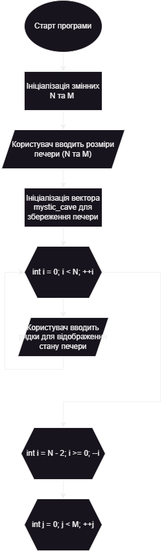
Before: ai_11/ostap_tsiapa/epic_6/block_scheme_task2_6.png, a diagram exported from draw.io (artificial-intelligence-department/ai_programming_playground_2024). Source tidied: cells renumbered, new cells last; positions are measured from the earlier drawing's top-left corner, leaving out a move shared by most shapes. Its diagram source:
```xml
<mxGraphModel>
  <root>
    <mxCell id="0" />
    <mxCell id="1" parent="0" />
    <mxCell id="2" style="edgeStyle=orthogonalEdgeStyle;rounded=0;jettySize=auto;html=1;" parent="1" edge="1" source="3" target="5">
      <mxGeometry relative="1" as="geometry" />
    </mxCell>
    <mxCell id="3" value="Старт програми" style="ellipse;whiteSpace=wrap;html=1;" parent="1" vertex="1">
      <mxGeometry x="35" width="120" height="80" as="geometry" />
    </mxCell>
    <mxCell id="4" style="edgeStyle=orthogonalEdgeStyle;rounded=0;jettySize=auto;html=1;" parent="1" edge="1" source="5" target="7">
      <mxGeometry relative="1" as="geometry" />
    </mxCell>
    <mxCell id="5" value="Ініціалізація змінних N та M&amp;nbsp;" style="rounded=0;whiteSpace=wrap;html=1;" parent="1" vertex="1">
      <mxGeometry x="35" y="110" width="120" height="60" as="geometry" />
    </mxCell>
    <mxCell id="6" style="edgeStyle=orthogonalEdgeStyle;rounded=0;jettySize=auto;html=1;" parent="1" edge="1" source="7" target="9">
      <mxGeometry relative="1" as="geometry" />
    </mxCell>
    <mxCell id="7" value="Користувач вводить розміри печери (N та M)" style="shape=parallelogram;perimeter=parallelogramPerimeter;whiteSpace=wrap;html=1;fixedSize=1;" parent="1" vertex="1">
      <mxGeometry y="200" width="190" height="60" as="geometry" />
    </mxCell>
    <mxCell id="8" style="edgeStyle=orthogonalEdgeStyle;rounded=0;jettySize=auto;html=1;" parent="1" edge="1" source="9" target="12">
      <mxGeometry relative="1" as="geometry" />
    </mxCell>
    <mxCell id="9" value="Ініціалізація вектора mystic_cave для збереження печери" style="rounded=0;whiteSpace=wrap;html=1;" parent="1" vertex="1">
      <mxGeometry x="35" y="290" width="120" height="60" as="geometry" />
    </mxCell>
    <mxCell id="10" style="edgeStyle=orthogonalEdgeStyle;rounded=0;jettySize=auto;html=1;" parent="1" edge="1" source="12" target="14">
      <mxGeometry relative="1" as="geometry" />
    </mxCell>
    <mxCell id="11" style="edgeStyle=orthogonalEdgeStyle;rounded=0;jettySize=auto;html=1;entryX=0.5;entryY=0;entryDx=0;entryDy=0;" parent="1" edge="1" source="12" target="16">
      <mxGeometry relative="1" as="geometry">
        <Array as="points">
          <mxPoint x="245" y="420" />
          <mxPoint x="245" y="620" />
          <mxPoint x="95" y="620" />
        </Array>
      </mxGeometry>
    </mxCell>
    <mxCell id="12" value="int i = 0; i &amp;lt; N; ++i" style="shape=hexagon;perimeter=hexagonPerimeter2;whiteSpace=wrap;html=1;fixedSize=1;" parent="1" vertex="1">
      <mxGeometry x="35" y="380" width="120" height="80" as="geometry" />
    </mxCell>
    <mxCell id="13" style="edgeStyle=orthogonalEdgeStyle;rounded=0;jettySize=auto;html=1;entryX=0;entryY=0.5;entryDx=0;entryDy=0;exitX=0.5;exitY=1;exitDx=0;exitDy=0;" parent="1" edge="1" source="14" target="12">
      <mxGeometry relative="1" as="geometry">
        <Array as="points">
          <mxPoint x="95" y="570" />
          <mxPoint x="5" y="570" />
          <mxPoint x="5" y="420" />
        </Array>
      </mxGeometry>
    </mxCell>
    <mxCell id="14" value="Користувач вводить рядки для відображення стану печери" style="shape=parallelogram;perimeter=parallelogramPerimeter;whiteSpace=wrap;html=1;fixedSize=1;" parent="1" vertex="1">
      <mxGeometry x="25" y="490" width="140" height="60" as="geometry" />
    </mxCell>
    <mxCell id="15" style="edgeStyle=orthogonalEdgeStyle;rounded=0;jettySize=auto;html=1;" parent="1" edge="1" source="16" target="17">
      <mxGeometry relative="1" as="geometry" />
    </mxCell>
    <mxCell id="16" value="int i = N - 2; i &amp;gt;= 0; --i" style="shape=hexagon;perimeter=hexagonPerimeter2;whiteSpace=wrap;html=1;fixedSize=1;" parent="1" vertex="1">
      <mxGeometry x="30" y="660" width="130" height="80" as="geometry" />
    </mxCell>
    <mxCell id="17" value="int j = 0; j &amp;lt; M; ++j" style="shape=hexagon;perimeter=hexagonPerimeter2;whiteSpace=wrap;html=1;fixedSize=1;" parent="1" vertex="1">
      <mxGeometry x="35" y="770" width="120" height="80" as="geometry" />
    </mxCell>
  </root>
</mxGraphModel>
```
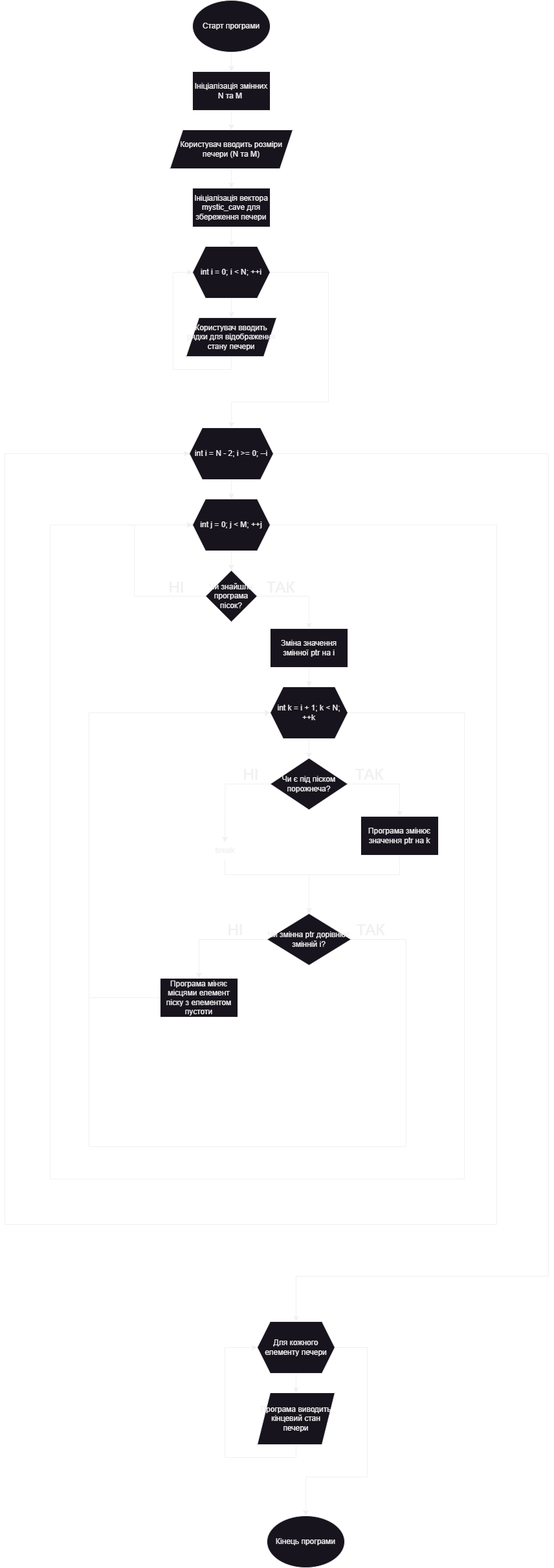
Above is the later version.

Commit message:
Fixed file with block-scheme

Diff of the diagram source:
```diff
@@ -56,11 +56,177 @@
     <mxCell id="15" style="edgeStyle=orthogonalEdgeStyle;rounded=0;jettySize=auto;html=1;" parent="1" edge="1" source="16" target="17">
       <mxGeometry relative="1" as="geometry" />
     </mxCell>
+    <mxCell id="18" style="edgeStyle=orthogonalEdgeStyle;rounded=0;jettySize=auto;html=1;entryX=0.5;entryY=0;entryDx=0;entryDy=0;" parent="1" edge="1" source="16" target="49">
+      <mxGeometry relative="1" as="geometry">
+        <Array as="points">
+          <mxPoint x="585" y="700" />
+          <mxPoint x="585" y="1970" />
+          <mxPoint x="195" y="1970" />
+        </Array>
+      </mxGeometry>
+    </mxCell>
     <mxCell id="16" value="int i = N - 2; i &amp;gt;= 0; --i" style="shape=hexagon;perimeter=hexagonPerimeter2;whiteSpace=wrap;html=1;fixedSize=1;" parent="1" vertex="1">
       <mxGeometry x="30" y="660" width="130" height="80" as="geometry" />
     </mxCell>
+    <mxCell id="19" style="edgeStyle=orthogonalEdgeStyle;rounded=0;jettySize=auto;html=1;" parent="1" edge="1" source="17" target="23">
+      <mxGeometry relative="1" as="geometry" />
+    </mxCell>
+    <mxCell id="20" style="edgeStyle=orthogonalEdgeStyle;rounded=0;jettySize=auto;html=1;entryX=0;entryY=0.5;entryDx=0;entryDy=0;exitX=1;exitY=0.5;exitDx=0;exitDy=0;" parent="1" edge="1" source="17" target="16">
+      <mxGeometry relative="1" as="geometry">
+        <Array as="points">
+          <mxPoint x="505" y="810" />
+          <mxPoint x="505" y="1890" />
+          <mxPoint x="-255" y="1890" />
+          <mxPoint x="-255" y="700" />
+        </Array>
+      </mxGeometry>
+    </mxCell>
     <mxCell id="17" value="int j = 0; j &amp;lt; M; ++j" style="shape=hexagon;perimeter=hexagonPerimeter2;whiteSpace=wrap;html=1;fixedSize=1;" parent="1" vertex="1">
       <mxGeometry x="35" y="770" width="120" height="80" as="geometry" />
     </mxCell>
+    <mxCell id="21" style="edgeStyle=orthogonalEdgeStyle;rounded=0;jettySize=auto;html=1;" parent="1" edge="1" source="23" target="26">
+      <mxGeometry relative="1" as="geometry" />
+    </mxCell>
+    <mxCell id="22" style="edgeStyle=orthogonalEdgeStyle;rounded=0;jettySize=auto;html=1;entryX=0;entryY=0.5;entryDx=0;entryDy=0;exitX=0;exitY=0.5;exitDx=0;exitDy=0;" parent="1" edge="1" source="23" target="17">
+      <mxGeometry relative="1" as="geometry">
+        <Array as="points">
+          <mxPoint x="-55" y="920" />
+          <mxPoint x="-55" y="810" />
+        </Array>
+      </mxGeometry>
+    </mxCell>
+    <mxCell id="23" value="Чи знайшла програма пісок?" style="rhombus;whiteSpace=wrap;html=1;" parent="1" vertex="1">
+      <mxGeometry x="55" y="880" width="80" height="80" as="geometry" />
+    </mxCell>
+    <mxCell id="24" value="&lt;span style=&quot;font-size: 24px;&quot;&gt;ТАК&lt;/span&gt;" style="text;html=1;align=center;verticalAlign=middle;strokeColor=none;fillColor=none;" parent="1" vertex="1">
+      <mxGeometry x="136" y="887" width="70" height="40" as="geometry" />
+    </mxCell>
+    <mxCell id="25" style="edgeStyle=orthogonalEdgeStyle;rounded=0;jettySize=auto;html=1;" parent="1" edge="1" source="26" target="29">
+      <mxGeometry relative="1" as="geometry" />
+    </mxCell>
+    <mxCell id="26" value="Зміна значення змінної ptr на i" style="rounded=0;whiteSpace=wrap;html=1;" parent="1" vertex="1">
+      <mxGeometry x="155" y="970" width="120" height="60" as="geometry" />
+    </mxCell>
+    <mxCell id="27" style="edgeStyle=orthogonalEdgeStyle;rounded=0;jettySize=auto;html=1;" parent="1" edge="1" source="29" target="32">
+      <mxGeometry relative="1" as="geometry" />
+    </mxCell>
+    <mxCell id="28" style="edgeStyle=orthogonalEdgeStyle;rounded=0;jettySize=auto;html=1;entryX=0;entryY=0.5;entryDx=0;entryDy=0;exitX=1;exitY=0.5;exitDx=0;exitDy=0;" parent="1" edge="1" source="29" target="17">
+      <mxGeometry relative="1" as="geometry">
+        <Array as="points">
+          <mxPoint x="455" y="1100" />
+          <mxPoint x="455" y="1820" />
+          <mxPoint x="-185" y="1820" />
+          <mxPoint x="-185" y="810" />
+        </Array>
+      </mxGeometry>
+    </mxCell>
+    <mxCell id="29" value="int k = i + 1; k &amp;lt; N; ++k" style="shape=hexagon;perimeter=hexagonPerimeter2;whiteSpace=wrap;html=1;fixedSize=1;" parent="1" vertex="1">
+      <mxGeometry x="155" y="1060" width="120" height="80" as="geometry" />
+    </mxCell>
+    <mxCell id="30" style="edgeStyle=orthogonalEdgeStyle;rounded=0;jettySize=auto;html=1;" parent="1" edge="1" source="32" target="35">
+      <mxGeometry relative="1" as="geometry" />
+    </mxCell>
+    <mxCell id="31" style="edgeStyle=orthogonalEdgeStyle;rounded=0;jettySize=auto;html=1;" parent="1" edge="1" source="32">
+      <mxGeometry relative="1" as="geometry">
+        <mxPoint x="85" y="1300" as="targetPoint" />
+      </mxGeometry>
+    </mxCell>
+    <mxCell id="32" value="Чи є під піском порожнеча?" style="rhombus;whiteSpace=wrap;html=1;" parent="1" vertex="1">
+      <mxGeometry x="155" y="1170" width="120" height="80" as="geometry" />
+    </mxCell>
+    <mxCell id="33" value="&lt;span style=&quot;font-size: 24px;&quot;&gt;ТАК&lt;/span&gt;" style="text;html=1;align=center;verticalAlign=middle;strokeColor=none;fillColor=none;" parent="1" vertex="1">
+      <mxGeometry x="273" y="1176" width="70" height="40" as="geometry" />
+    </mxCell>
+    <mxCell id="34" style="edgeStyle=orthogonalEdgeStyle;rounded=0;jettySize=auto;html=1;entryX=0.5;entryY=0;entryDx=0;entryDy=0;" parent="1" edge="1" source="35" target="40">
+      <mxGeometry relative="1" as="geometry">
+        <Array as="points">
+          <mxPoint x="355" y="1350" />
+          <mxPoint x="215" y="1350" />
+        </Array>
+      </mxGeometry>
+    </mxCell>
+    <mxCell id="35" value="Програма змінює значення ptr на k" style="rounded=0;whiteSpace=wrap;html=1;" parent="1" vertex="1">
+      <mxGeometry x="295" y="1260" width="120" height="60" as="geometry" />
+    </mxCell>
+    <mxCell id="36" style="edgeStyle=orthogonalEdgeStyle;rounded=0;jettySize=auto;html=1;" parent="1" edge="1" source="37" target="40">
+      <mxGeometry relative="1" as="geometry">
+        <Array as="points">
+          <mxPoint x="85" y="1350" />
+          <mxPoint x="215" y="1350" />
+        </Array>
+      </mxGeometry>
+    </mxCell>
+    <mxCell id="37" value="break" style="text;html=1;align=center;verticalAlign=middle;points=[];strokeColor=none;fillColor=none;" parent="1" vertex="1">
+      <mxGeometry x="60" y="1298" width="50" height="30" as="geometry" />
+    </mxCell>
+    <mxCell id="38" style="edgeStyle=orthogonalEdgeStyle;rounded=0;jettySize=auto;html=1;" parent="1" edge="1" source="40" target="43">
+      <mxGeometry relative="1" as="geometry" />
+    </mxCell>
+    <mxCell id="39" style="edgeStyle=orthogonalEdgeStyle;rounded=0;jettySize=auto;html=1;entryX=0;entryY=0.5;entryDx=0;entryDy=0;exitX=1;exitY=0.5;exitDx=0;exitDy=0;" parent="1" edge="1" source="40" target="29">
+      <mxGeometry relative="1" as="geometry">
+        <Array as="points">
+          <mxPoint x="365" y="1450" />
+          <mxPoint x="365" y="1770" />
+          <mxPoint x="-125" y="1770" />
+          <mxPoint x="-125" y="1100" />
+        </Array>
+      </mxGeometry>
+    </mxCell>
+    <mxCell id="40" value="Чи змінна ptr дорівнює змінній i?" style="rhombus;whiteSpace=wrap;html=1;" parent="1" vertex="1">
+      <mxGeometry x="150" y="1410" width="130" height="80" as="geometry" />
+    </mxCell>
+    <mxCell id="41" value="&lt;font style=&quot;font-size: 24px;&quot;&gt;НІ&lt;/font&gt;" style="text;html=1;align=center;verticalAlign=middle;strokeColor=none;fillColor=none;" parent="1" vertex="1">
+      <mxGeometry x="76" y="1416" width="50" height="40" as="geometry" />
+    </mxCell>
+    <mxCell id="42" style="edgeStyle=orthogonalEdgeStyle;rounded=0;jettySize=auto;html=1;entryX=0;entryY=0.5;entryDx=0;entryDy=0;" parent="1" edge="1" source="43" target="29">
+      <mxGeometry relative="1" as="geometry">
+        <Array as="points">
+          <mxPoint x="-125" y="1540" />
+          <mxPoint x="-125" y="1100" />
+        </Array>
+      </mxGeometry>
+    </mxCell>
+    <mxCell id="43" value="Програма міняє місцями елемент піску з елементом пустоти" style="rounded=0;whiteSpace=wrap;html=1;" parent="1" vertex="1">
+      <mxGeometry x="-15" y="1510" width="120" height="60" as="geometry" />
+    </mxCell>
+    <mxCell id="44" value="&lt;span style=&quot;font-size: 24px;&quot;&gt;ТАК&lt;/span&gt;" style="text;html=1;align=center;verticalAlign=middle;strokeColor=none;fillColor=none;" parent="1" vertex="1">
+      <mxGeometry x="275" y="1416" width="70" height="40" as="geometry" />
+    </mxCell>
+    <mxCell id="45" value="&lt;font style=&quot;font-size: 24px;&quot;&gt;НІ&lt;/font&gt;" style="text;html=1;align=center;verticalAlign=middle;strokeColor=none;fillColor=none;" parent="1" vertex="1">
+      <mxGeometry x="100" y="1176" width="50" height="40" as="geometry" />
+    </mxCell>
+    <mxCell id="46" value="&lt;font style=&quot;font-size: 24px;&quot;&gt;НІ&lt;/font&gt;" style="text;html=1;align=center;verticalAlign=middle;strokeColor=none;fillColor=none;" parent="1" vertex="1">
+      <mxGeometry x="-15" y="887" width="50" height="40" as="geometry" />
+    </mxCell>
+    <mxCell id="47" style="edgeStyle=orthogonalEdgeStyle;rounded=0;jettySize=auto;html=1;" parent="1" edge="1" source="49" target="51">
+      <mxGeometry relative="1" as="geometry" />
+    </mxCell>
+    <mxCell id="48" style="edgeStyle=orthogonalEdgeStyle;rounded=0;jettySize=auto;html=1;entryX=0.5;entryY=0;entryDx=0;entryDy=0;" parent="1" edge="1" source="49" target="52">
+      <mxGeometry relative="1" as="geometry">
+        <Array as="points">
+          <mxPoint x="305" y="2080" />
+          <mxPoint x="305" y="2280" />
+          <mxPoint x="210" y="2280" />
+        </Array>
+      </mxGeometry>
+    </mxCell>
+    <mxCell id="49" value="Для кожного елементу печери" style="shape=hexagon;perimeter=hexagonPerimeter2;whiteSpace=wrap;html=1;fixedSize=1;" parent="1" vertex="1">
+      <mxGeometry x="135" y="2040" width="120" height="80" as="geometry" />
+    </mxCell>
+    <mxCell id="50" style="edgeStyle=orthogonalEdgeStyle;rounded=0;jettySize=auto;html=1;entryX=0;entryY=0.5;entryDx=0;entryDy=0;exitX=0.5;exitY=1;exitDx=0;exitDy=0;" parent="1" edge="1" source="51" target="49">
+      <mxGeometry relative="1" as="geometry">
+        <Array as="points">
+          <mxPoint x="195" y="2250" />
+          <mxPoint x="85" y="2250" />
+          <mxPoint x="85" y="2080" />
+        </Array>
+      </mxGeometry>
+    </mxCell>
+    <mxCell id="51" value="Програма виводить кінцевий стан печери" style="shape=parallelogram;perimeter=parallelogramPerimeter;whiteSpace=wrap;html=1;fixedSize=1;" parent="1" vertex="1">
+      <mxGeometry x="135" y="2150" width="120" height="80" as="geometry" />
+    </mxCell>
+    <mxCell id="52" value="Кінець програми" style="ellipse;whiteSpace=wrap;html=1;" parent="1" vertex="1">
+      <mxGeometry x="150" y="2340" width="120" height="80" as="geometry" />
+    </mxCell>
   </root>
 </mxGraphModel>
```
